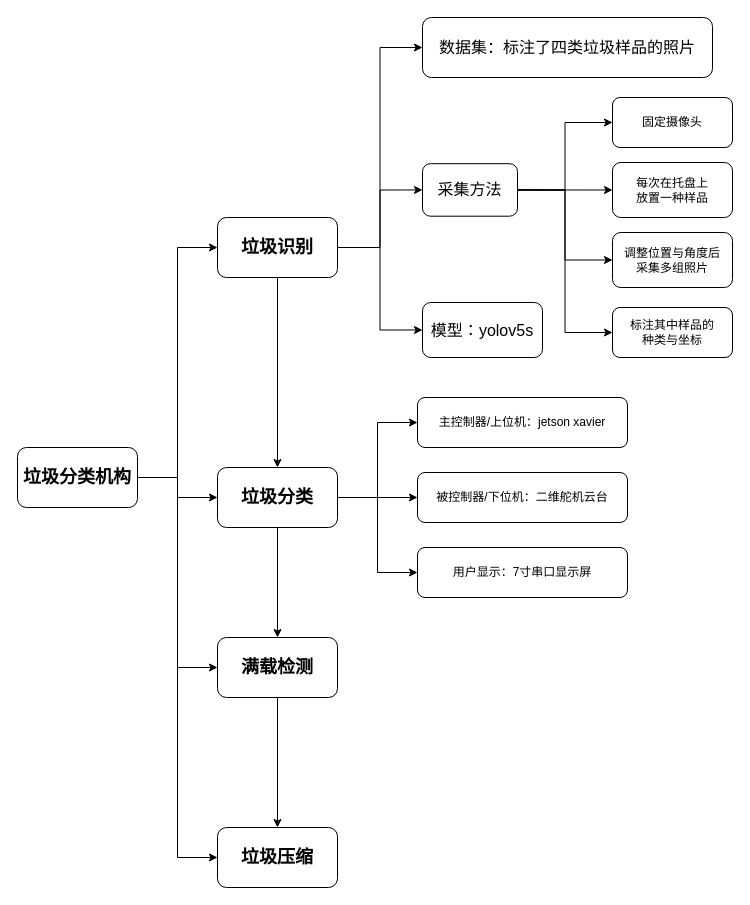
Before: rubbish.drawio in asandstar/ArduinoBalanceCar, a draw.io diagram. Source tidied: cells renumbered, new cells numbered last; positions are measured from the earlier drawing's top-left corner, leaving out a move shared by most shapes. Both pictures are drawn from the tidied source at 100%, with x=0, y=0 at pixel (17, 17).
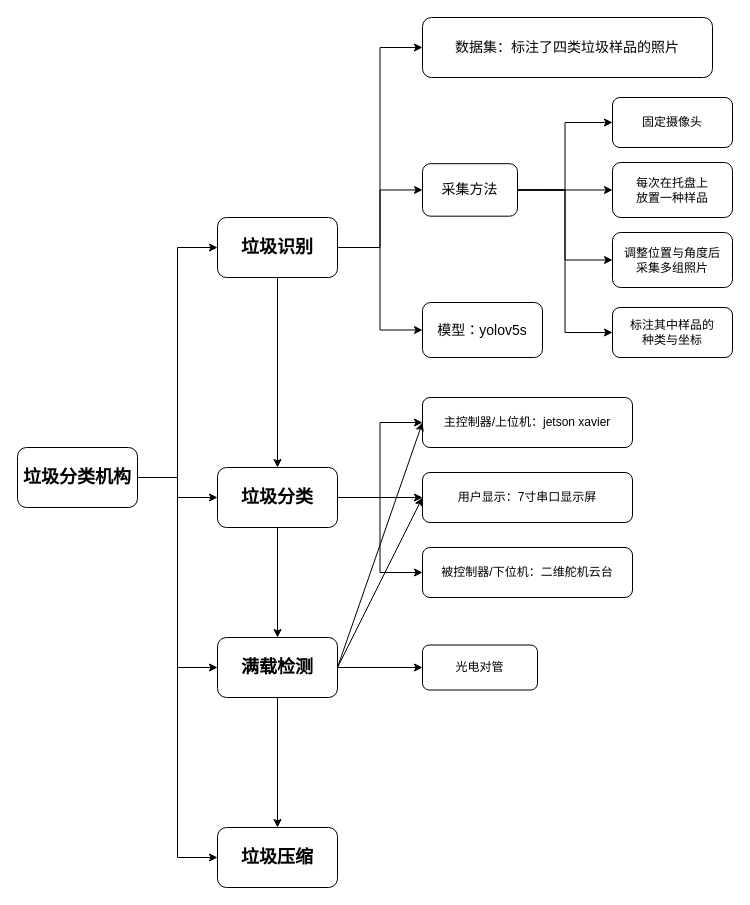
The same diagram, later.

Unchanged cells that the change refers to:
```xml
<mxCell id="11" value="&lt;b&gt;&lt;font style=&quot;font-size: 18px;&quot;&gt;满载检测&lt;/font&gt;&lt;/b&gt;" style="rounded=1;whiteSpace=wrap;html=1;" parent="1" vertex="1">
  <mxGeometry x="200" y="620" width="120" height="60" as="geometry" />
</mxCell>
```

The edit, as a diff of the source:
```diff
@@
+    <mxCell id="34" style="edgeStyle=orthogonalEdgeStyle;rounded=0;jettySize=auto;html=1;exitX=1;exitY=0.5;exitDx=0;exitDy=0;entryX=0;entryY=0.5;entryDx=0;entryDy=0;" parent="1" edge="1" source="11" target="35">
+      <mxGeometry relative="1" as="geometry" />
+    </mxCell>
@@
-    <mxCell id="20" value="&lt;font style=&quot;font-size: 16px;&quot;&gt;&lt;span style=&quot;&quot; lang=&quot;EN-US&quot;&gt;模型：&lt;/span&gt;&lt;span style=&quot;font-family: Calibri, sans-serif;&quot; lang=&quot;EN-US&quot;&gt;yolov5s&lt;/span&gt;&lt;/font&gt;" style="rounded=1;whiteSpace=wrap;html=1;" parent="1" vertex="1">
+    <mxCell id="20" value="&lt;font style=&quot;font-size: 14px;&quot;&gt;&lt;span style=&quot;&quot; lang=&quot;EN-US&quot;&gt;模型：&lt;/span&gt;&lt;span style=&quot;font-family: Calibri, sans-serif;&quot; lang=&quot;EN-US&quot;&gt;yolov5s&lt;/span&gt;&lt;/font&gt;" style="rounded=1;whiteSpace=wrap;html=1;" parent="1" vertex="1">
       <mxGeometry x="405" y="285" width="120" height="55" as="geometry" />
     </mxCell>
-    <mxCell id="21" value="&lt;font style=&quot;font-size: 16px;&quot;&gt;数据集：标注了四类垃圾样品的照片&lt;br&gt;&lt;/font&gt;" style="rounded=1;whiteSpace=wrap;html=1;" parent="1" vertex="1">
+    <mxCell id="21" value="&lt;font style=&quot;&quot;&gt;&lt;font style=&quot;font-size: 14px;&quot;&gt;数据集：标注了四类垃圾样品的照片&lt;/font&gt;&lt;br&gt;&lt;/font&gt;" style="rounded=1;whiteSpace=wrap;html=1;" parent="1" vertex="1">
       <mxGeometry x="405" width="290" height="60" as="geometry" />
     </mxCell>
@@
-    <mxCell id="26" value="&lt;font style=&quot;font-size: 16px;&quot;&gt;采集方法&lt;/font&gt;" style="rounded=1;whiteSpace=wrap;html=1;" parent="1" vertex="1">
+    <mxCell id="26" value="&lt;font style=&quot;font-size: 14px;&quot;&gt;采集方法&lt;/font&gt;" style="rounded=1;whiteSpace=wrap;html=1;" parent="1" vertex="1">
       <mxGeometry x="405" y="146.2" width="95" height="52.5" as="geometry" />
     </mxCell>
@@
     <mxCell id="31" value="主控制器/上位机：jetson xavier" style="rounded=1;whiteSpace=wrap;html=1;" parent="1" vertex="1">
-      <mxGeometry x="400" y="380" width="210" height="50" as="geometry" />
+      <mxGeometry x="405" y="380" width="210" height="50" as="geometry" />
     </mxCell>
     <mxCell id="32" value="被控制器/下位机：二维舵机云台" style="rounded=1;whiteSpace=wrap;html=1;" parent="1" vertex="1">
-      <mxGeometry x="400" y="455" width="210" height="50" as="geometry" />
+      <mxGeometry x="405" y="530" width="210" height="50" as="geometry" />
     </mxCell>
     <mxCell id="33" value="用户显示：7寸串口显示屏" style="rounded=1;whiteSpace=wrap;html=1;" parent="1" vertex="1">
-      <mxGeometry x="400" y="530" width="210" height="50" as="geometry" />
+      <mxGeometry x="405" y="455" width="210" height="50" as="geometry" />
     </mxCell>
+    <mxCell id="35" value="光电对管" style="rounded=1;whiteSpace=wrap;html=1;" parent="1" vertex="1">
+      <mxGeometry x="405" y="627.5" width="115" height="45" as="geometry" />
+    </mxCell>
+    <mxCell id="36" style="endArrow=classic;html=1;rounded=0;exitX=1;exitY=0.5;exitDx=0;exitDy=0;entryX=0;entryY=0.5;entryDx=0;entryDy=0;" parent="1" edge="1" source="11" target="33">
+      <mxGeometry relative="1" as="geometry" />
+    </mxCell>
+    <mxCell id="37" style="endArrow=classic;html=1;rounded=0;exitX=1;exitY=0.5;exitDx=0;exitDy=0;entryX=0;entryY=0.5;entryDx=0;entryDy=0;" parent="1" edge="1" source="11" target="31">
+      <mxGeometry relative="1" as="geometry" />
+    </mxCell>
```
